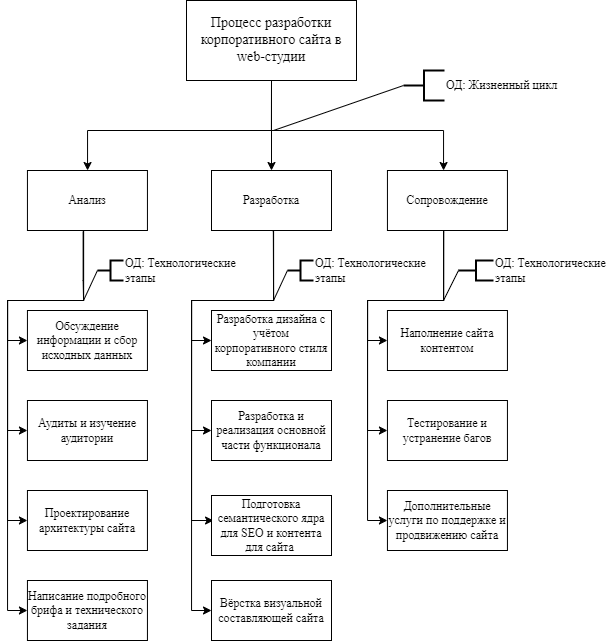
Earlier version of the draw.io export 3 курс/5 семестр/ТСиСА/Курсовая/модели2ч-Модель Состава.drawio.png (Luzinsan/tusur). Source tidied: cells renumbered, new cells last; positions are measured from the earlier drawing's top-left corner, leaving out a move shared by most shapes. Source of this version:
```xml
<mxGraphModel>
  <root>
    <mxCell id="0" />
    <mxCell id="1" parent="0" />
    <mxCell id="2" style="edgeStyle=orthogonalEdgeStyle;rounded=0;jettySize=auto;html=1;exitX=0.5;exitY=1;exitDx=0;exitDy=0;fontFamily=Times New Roman;" parent="1" edge="1" source="5" target="10">
      <mxGeometry relative="1" as="geometry">
        <Array as="points">
          <mxPoint x="264" y="130" />
          <mxPoint x="80" y="130" />
        </Array>
      </mxGeometry>
    </mxCell>
    <mxCell id="3" style="edgeStyle=orthogonalEdgeStyle;rounded=0;jettySize=auto;html=1;exitX=0.5;exitY=1;exitDx=0;exitDy=0;entryX=0.5;entryY=0;entryDx=0;entryDy=0;fontFamily=Times New Roman;" parent="1" edge="1" source="5" target="15">
      <mxGeometry relative="1" as="geometry" />
    </mxCell>
    <mxCell id="4" style="edgeStyle=orthogonalEdgeStyle;rounded=0;jettySize=auto;html=1;exitX=0.5;exitY=1;exitDx=0;exitDy=0;fontFamily=Times New Roman;" parent="1" edge="1" source="5" target="19">
      <mxGeometry relative="1" as="geometry">
        <Array as="points">
          <mxPoint x="264" y="130" />
          <mxPoint x="436" y="130" />
        </Array>
      </mxGeometry>
    </mxCell>
    <mxCell id="5" value="&lt;span style=&quot;font-size: 14px;&quot;&gt;Процесс разработки корпоративного сайта в web-студии&lt;/span&gt;" style="whiteSpace=wrap;html=1;fontFamily=Times New Roman;" parent="1" vertex="1">
      <mxGeometry x="179" width="170" height="80" as="geometry" />
    </mxCell>
    <mxCell id="6" style="edgeStyle=orthogonalEdgeStyle;rounded=0;jettySize=auto;html=1;exitX=0.5;exitY=1;exitDx=0;exitDy=0;entryX=0;entryY=0.5;entryDx=0;entryDy=0;fontFamily=Times New Roman;" parent="1" edge="1" source="10" target="20">
      <mxGeometry relative="1" as="geometry">
        <Array as="points">
          <mxPoint x="76" y="230" />
          <mxPoint x="76" y="300" />
          <mxPoint y="300" />
          <mxPoint y="430" />
        </Array>
      </mxGeometry>
    </mxCell>
    <mxCell id="7" style="edgeStyle=orthogonalEdgeStyle;rounded=0;jettySize=auto;html=1;exitX=0.464;exitY=1.021;exitDx=0;exitDy=0;entryX=0;entryY=0.5;entryDx=0;entryDy=0;exitPerimeter=0;fontFamily=Times New Roman;" parent="1" edge="1" source="10" target="21">
      <mxGeometry relative="1" as="geometry">
        <Array as="points">
          <mxPoint x="76" y="280" />
          <mxPoint x="76" y="300" />
          <mxPoint y="300" />
          <mxPoint y="520" />
        </Array>
      </mxGeometry>
    </mxCell>
    <mxCell id="8" style="edgeStyle=orthogonalEdgeStyle;rounded=0;jettySize=auto;html=1;exitX=0.5;exitY=1;exitDx=0;exitDy=0;entryX=0;entryY=0.5;entryDx=0;entryDy=0;fontFamily=Times New Roman;" parent="1" edge="1" source="10" target="22">
      <mxGeometry relative="1" as="geometry">
        <Array as="points">
          <mxPoint x="76" y="230" />
          <mxPoint x="76" y="300" />
          <mxPoint y="300" />
          <mxPoint y="520" />
        </Array>
      </mxGeometry>
    </mxCell>
    <mxCell id="9" style="edgeStyle=orthogonalEdgeStyle;rounded=0;jettySize=auto;html=1;entryX=0;entryY=0.5;entryDx=0;entryDy=0;fontFamily=Times New Roman;" parent="1" edge="1" source="10" target="36">
      <mxGeometry relative="1" as="geometry">
        <Array as="points">
          <mxPoint x="76" y="300" />
          <mxPoint y="300" />
          <mxPoint y="340" />
        </Array>
      </mxGeometry>
    </mxCell>
    <mxCell id="10" value="Анализ" style="whiteSpace=wrap;html=1;fontFamily=Times New Roman;" parent="1" vertex="1">
      <mxGeometry x="19.9" y="170" width="120" height="60" as="geometry" />
    </mxCell>
    <mxCell id="11" style="edgeStyle=orthogonalEdgeStyle;rounded=0;jettySize=auto;html=1;entryX=0;entryY=0.5;entryDx=0;entryDy=0;exitX=0.515;exitY=0.999;exitDx=0;exitDy=0;exitPerimeter=0;fontFamily=Times New Roman;" parent="1" edge="1" source="15" target="23">
      <mxGeometry relative="1" as="geometry">
        <Array as="points">
          <mxPoint x="266" y="231" />
          <mxPoint x="266" y="231" />
          <mxPoint x="266" y="300" />
          <mxPoint x="184" y="300" />
          <mxPoint x="184" y="340" />
        </Array>
      </mxGeometry>
    </mxCell>
    <mxCell id="12" style="edgeStyle=orthogonalEdgeStyle;rounded=0;jettySize=auto;html=1;entryX=0;entryY=0.5;entryDx=0;entryDy=0;fontFamily=Times New Roman;" parent="1" edge="1" target="24">
      <mxGeometry relative="1" as="geometry">
        <mxPoint x="266" y="230" as="sourcePoint" />
        <Array as="points">
          <mxPoint x="266" y="300" />
          <mxPoint x="184" y="300" />
          <mxPoint x="184" y="430" />
        </Array>
      </mxGeometry>
    </mxCell>
    <mxCell id="13" style="edgeStyle=orthogonalEdgeStyle;rounded=0;jettySize=auto;html=1;exitX=0.5;exitY=1;exitDx=0;exitDy=0;entryX=0.017;entryY=0.417;entryDx=0;entryDy=0;fontFamily=Times New Roman;entryPerimeter=0;" parent="1" edge="1" source="15" target="37">
      <mxGeometry relative="1" as="geometry">
        <Array as="points">
          <mxPoint x="266" y="230" />
          <mxPoint x="266" y="300" />
          <mxPoint x="184" y="300" />
          <mxPoint x="184" y="520" />
        </Array>
      </mxGeometry>
    </mxCell>
    <mxCell id="14" style="edgeStyle=orthogonalEdgeStyle;rounded=0;jettySize=auto;html=1;entryX=0;entryY=0.5;entryDx=0;entryDy=0;fontFamily=Times New Roman;fontSize=14;" parent="1" edge="1" source="15" target="25">
      <mxGeometry relative="1" as="geometry">
        <Array as="points">
          <mxPoint x="266" y="300" />
          <mxPoint x="184" y="300" />
          <mxPoint x="184" y="610" />
        </Array>
      </mxGeometry>
    </mxCell>
    <mxCell id="15" value="Разработка" style="whiteSpace=wrap;html=1;fontFamily=Times New Roman;" parent="1" vertex="1">
      <mxGeometry x="204" y="170" width="120" height="60" as="geometry" />
    </mxCell>
    <mxCell id="16" style="edgeStyle=orthogonalEdgeStyle;rounded=0;jettySize=auto;html=1;exitX=0.469;exitY=1.009;exitDx=0;exitDy=0;entryX=0;entryY=0.5;entryDx=0;entryDy=0;exitPerimeter=0;fontFamily=Times New Roman;" parent="1" edge="1" source="19">
      <mxGeometry relative="1" as="geometry">
        <mxPoint x="379.9" y="340" as="targetPoint" />
        <Array as="points">
          <mxPoint x="436" y="300" />
          <mxPoint x="360" y="300" />
          <mxPoint x="360" y="340" />
        </Array>
      </mxGeometry>
    </mxCell>
    <mxCell id="17" style="edgeStyle=orthogonalEdgeStyle;rounded=0;jettySize=auto;html=1;exitX=0.468;exitY=1.009;exitDx=0;exitDy=0;entryX=0;entryY=0.5;entryDx=0;entryDy=0;exitPerimeter=0;fontFamily=Times New Roman;" parent="1" edge="1" source="19" target="26">
      <mxGeometry relative="1" as="geometry">
        <Array as="points">
          <mxPoint x="436" y="232" />
          <mxPoint x="436" y="300" />
          <mxPoint x="360" y="300" />
          <mxPoint x="360" y="430" />
        </Array>
      </mxGeometry>
    </mxCell>
    <mxCell id="18" style="edgeStyle=orthogonalEdgeStyle;rounded=0;jettySize=auto;html=1;exitX=0.5;exitY=1;exitDx=0;exitDy=0;entryX=0;entryY=0.5;entryDx=0;entryDy=0;fontFamily=Times New Roman;" parent="1" edge="1" source="19" target="27">
      <mxGeometry relative="1" as="geometry">
        <Array as="points">
          <mxPoint x="436" y="230" />
          <mxPoint x="436" y="300" />
          <mxPoint x="360" y="300" />
          <mxPoint x="360" y="520" />
        </Array>
      </mxGeometry>
    </mxCell>
    <mxCell id="19" value="Сопровождение" style="whiteSpace=wrap;html=1;fontFamily=Times New Roman;" parent="1" vertex="1">
      <mxGeometry x="379.9" y="170" width="120" height="60" as="geometry" />
    </mxCell>
    <mxCell id="20" value="Аудиты и изучение аудитории" style="whiteSpace=wrap;html=1;fontFamily=Times New Roman;" parent="1" vertex="1">
      <mxGeometry x="19.9" y="400" width="120" height="60" as="geometry" />
    </mxCell>
    <mxCell id="21" value="Написание подробного брифа и технического задания" style="whiteSpace=wrap;html=1;fontFamily=Times New Roman;" parent="1" vertex="1">
      <mxGeometry x="19.9" y="580" width="120" height="60" as="geometry" />
    </mxCell>
    <mxCell id="22" value="Проектирование архитектуры сайта" style="whiteSpace=wrap;html=1;fontFamily=Times New Roman;" parent="1" vertex="1">
      <mxGeometry x="19.9" y="490" width="120" height="60" as="geometry" />
    </mxCell>
    <mxCell id="23" value="Разработка дизайна с учётом корпоративного стиля компании" style="whiteSpace=wrap;html=1;fontFamily=Times New Roman;" parent="1" vertex="1">
      <mxGeometry x="204" y="310" width="120" height="60" as="geometry" />
    </mxCell>
    <mxCell id="24" value="Разработка и реализация основной части функционала" style="whiteSpace=wrap;html=1;fontFamily=Times New Roman;" parent="1" vertex="1">
      <mxGeometry x="204" y="400" width="120" height="60" as="geometry" />
    </mxCell>
    <mxCell id="25" value="Вёрстка визуальной составляющей сайта" style="whiteSpace=wrap;html=1;fontFamily=Times New Roman;" parent="1" vertex="1">
      <mxGeometry x="204" y="580" width="120" height="60" as="geometry" />
    </mxCell>
    <mxCell id="26" value="Тестирование и устранение багов" style="whiteSpace=wrap;html=1;fontFamily=Times New Roman;" parent="1" vertex="1">
      <mxGeometry x="379.9" y="400" width="120" height="60" as="geometry" />
    </mxCell>
    <mxCell id="27" value="Дополнительные услуги по поддержке и продвижению сайта" style="whiteSpace=wrap;html=1;fontFamily=Times New Roman;" parent="1" vertex="1">
      <mxGeometry x="379.9" y="490" width="120" height="60" as="geometry" />
    </mxCell>
    <mxCell id="28" style="rounded=0;jettySize=auto;html=1;exitX=0;exitY=0.5;exitDx=0;exitDy=0;exitPerimeter=0;endArrow=none;endFill=0;fontFamily=Times New Roman;" parent="1" edge="1" source="29">
      <mxGeometry relative="1" as="geometry">
        <mxPoint x="266" y="130" as="targetPoint" />
      </mxGeometry>
    </mxCell>
    <mxCell id="29" value="ОД: Жизненный цикл" style="strokeWidth=2;html=1;shape=mxgraph.flowchart.annotation_2;align=left;labelPosition=right;fontFamily=Times New Roman;" parent="1" vertex="1">
      <mxGeometry x="396" y="70" width="41.1" height="30" as="geometry" />
    </mxCell>
    <mxCell id="30" style="rounded=0;jettySize=auto;html=1;exitX=0;exitY=0.5;exitDx=0;exitDy=0;exitPerimeter=0;endArrow=none;endFill=0;fontFamily=Times New Roman;" parent="1" edge="1" source="31">
      <mxGeometry relative="1" as="geometry">
        <mxPoint x="76" y="300" as="targetPoint" />
      </mxGeometry>
    </mxCell>
    <mxCell id="31" value="ОД: Технологические&amp;nbsp;&lt;br&gt;этапы" style="strokeWidth=2;html=1;shape=mxgraph.flowchart.annotation_2;align=left;labelPosition=right;fontFamily=Times New Roman;" parent="1" vertex="1">
      <mxGeometry x="89.9" y="260" width="26.1" height="20" as="geometry" />
    </mxCell>
    <mxCell id="32" style="rounded=0;jettySize=auto;html=1;exitX=0;exitY=0.5;exitDx=0;exitDy=0;exitPerimeter=0;endArrow=none;endFill=0;fontFamily=Times New Roman;" parent="1" edge="1" source="33">
      <mxGeometry relative="1" as="geometry">
        <mxPoint x="266" y="300" as="targetPoint" />
      </mxGeometry>
    </mxCell>
    <mxCell id="33" value="ОД: Технологические&amp;nbsp;&lt;br&gt;этапы" style="strokeWidth=2;html=1;shape=mxgraph.flowchart.annotation_2;align=left;labelPosition=right;fontFamily=Times New Roman;" parent="1" vertex="1">
      <mxGeometry x="279.9" y="260" width="26.1" height="20" as="geometry" />
    </mxCell>
    <mxCell id="34" style="rounded=0;jettySize=auto;html=1;exitX=0;exitY=0.5;exitDx=0;exitDy=0;exitPerimeter=0;endArrow=none;endFill=0;fontFamily=Times New Roman;" parent="1" edge="1" source="35">
      <mxGeometry relative="1" as="geometry">
        <mxPoint x="436" y="300" as="targetPoint" />
      </mxGeometry>
    </mxCell>
    <mxCell id="35" value="ОД: Технологические&amp;nbsp;&lt;br&gt;этапы" style="strokeWidth=2;html=1;shape=mxgraph.flowchart.annotation_2;align=left;labelPosition=right;fontFamily=Times New Roman;" parent="1" vertex="1">
      <mxGeometry x="451" y="260" width="35" height="20" as="geometry" />
    </mxCell>
    <mxCell id="36" value="Обсуждение информации и сбор исходных данных" style="whiteSpace=wrap;html=1;fontFamily=Times New Roman;" parent="1" vertex="1">
      <mxGeometry x="19.9" y="310" width="120" height="60" as="geometry" />
    </mxCell>
    <mxCell id="37" value="Подготовка семантического ядра для SEO и контента для сайта&amp;nbsp;" style="whiteSpace=wrap;html=1;fontFamily=Times New Roman;fontSize=12;" parent="1" vertex="1">
      <mxGeometry x="204" y="495" width="120" height="60" as="geometry" />
    </mxCell>
    <mxCell id="38" value="Наполнение сайта контентом" style="whiteSpace=wrap;html=1;fontFamily=Times New Roman;" parent="1" vertex="1">
      <mxGeometry x="379.9" y="310" width="120" height="60" as="geometry" />
    </mxCell>
  </root>
</mxGraphModel>
```
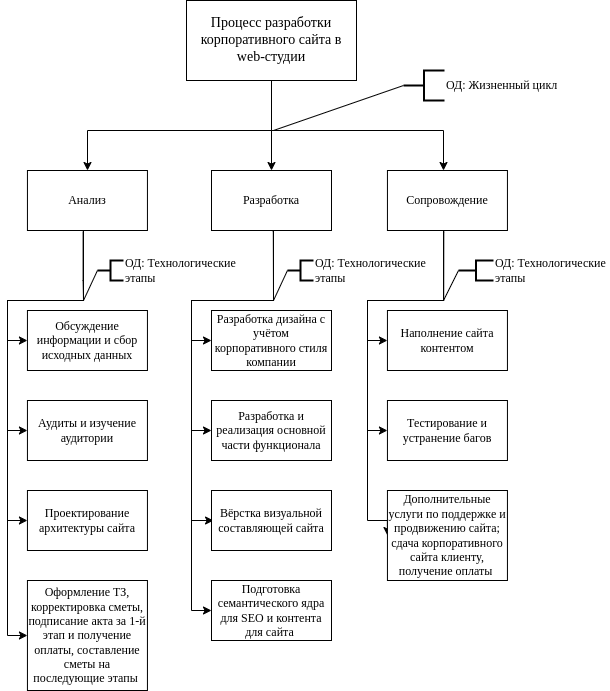
After the change.

The edit, as a diff of the source:
```diff
@@ -87,8 +87,9 @@
         </Array>
       </mxGeometry>
     </mxCell>
-    <mxCell id="13" style="edgeStyle=orthogonalEdgeStyle;rounded=0;jettySize=auto;html=1;exitX=0.5;exitY=1;exitDx=0;exitDy=0;entryX=0.017;entryY=0.417;entryDx=0;entryDy=0;fontFamily=Times New Roman;entryPerimeter=0;" parent="1" edge="1" source="15" target="37">
+    <mxCell id="13" style="edgeStyle=orthogonalEdgeStyle;rounded=0;jettySize=auto;html=1;exitX=0.5;exitY=1;exitDx=0;exitDy=0;entryX=0.017;entryY=0.417;entryDx=0;entryDy=0;fontFamily=Times New Roman;entryPerimeter=0;" parent="1" edge="1" source="15">
       <mxGeometry relative="1" as="geometry">
+        <mxPoint x="206" y="520" as="targetPoint" />
         <Array as="points">
           <mxPoint x="266" y="230" />
           <mxPoint x="266" y="300" />
@@ -97,8 +98,9 @@
         </Array>
       </mxGeometry>
     </mxCell>
-    <mxCell id="14" style="edgeStyle=orthogonalEdgeStyle;rounded=0;jettySize=auto;html=1;entryX=0;entryY=0.5;entryDx=0;entryDy=0;fontFamily=Times New Roman;fontSize=14;" parent="1" edge="1" source="15" target="25">
+    <mxCell id="14" style="edgeStyle=orthogonalEdgeStyle;rounded=0;jettySize=auto;html=1;entryX=0;entryY=0.5;entryDx=0;entryDy=0;fontFamily=Times New Roman;fontSize=14;" parent="1" edge="1" source="15">
       <mxGeometry relative="1" as="geometry">
+        <mxPoint x="204" y="610" as="targetPoint" />
         <Array as="points">
           <mxPoint x="266" y="300" />
           <mxPoint x="184" y="300" />
@@ -145,8 +147,8 @@
     <mxCell id="20" value="Аудиты и изучение аудитории" style="whiteSpace=wrap;html=1;fontFamily=Times New Roman;" parent="1" vertex="1">
       <mxGeometry x="19.9" y="400" width="120" height="60" as="geometry" />
     </mxCell>
-    <mxCell id="21" value="Написание подробного брифа и технического задания" style="whiteSpace=wrap;html=1;fontFamily=Times New Roman;" parent="1" vertex="1">
-      <mxGeometry x="19.9" y="580" width="120" height="60" as="geometry" />
+    <mxCell id="21" value="Оформление ТЗ, корректировка сметы, подписание акта за 1-й этап и получение оплаты, составление сметы на последующие этапы&amp;nbsp;" style="whiteSpace=wrap;html=1;fontFamily=Times New Roman;" parent="1" vertex="1">
+      <mxGeometry x="19.9" y="580" width="120" height="110" as="geometry" />
     </mxCell>
     <mxCell id="22" value="Проектирование архитектуры сайта" style="whiteSpace=wrap;html=1;fontFamily=Times New Roman;" parent="1" vertex="1">
       <mxGeometry x="19.9" y="490" width="120" height="60" as="geometry" />
@@ -157,14 +159,11 @@
     <mxCell id="24" value="Разработка и реализация основной части функционала" style="whiteSpace=wrap;html=1;fontFamily=Times New Roman;" parent="1" vertex="1">
       <mxGeometry x="204" y="400" width="120" height="60" as="geometry" />
     </mxCell>
-    <mxCell id="25" value="Вёрстка визуальной составляющей сайта" style="whiteSpace=wrap;html=1;fontFamily=Times New Roman;" parent="1" vertex="1">
-      <mxGeometry x="204" y="580" width="120" height="60" as="geometry" />
-    </mxCell>
     <mxCell id="26" value="Тестирование и устранение багов" style="whiteSpace=wrap;html=1;fontFamily=Times New Roman;" parent="1" vertex="1">
       <mxGeometry x="379.9" y="400" width="120" height="60" as="geometry" />
     </mxCell>
-    <mxCell id="27" value="Дополнительные услуги по поддержке и продвижению сайта" style="whiteSpace=wrap;html=1;fontFamily=Times New Roman;" parent="1" vertex="1">
-      <mxGeometry x="379.9" y="490" width="120" height="60" as="geometry" />
+    <mxCell id="27" value="Дополнительные услуги по поддержке и продвижению сайта; сдача корпоративного сайта клиенту, получение оплаты&amp;nbsp;" style="whiteSpace=wrap;html=1;fontFamily=Times New Roman;" parent="1" vertex="1">
+      <mxGeometry x="379.9" y="490" width="120" height="90" as="geometry" />
     </mxCell>
     <mxCell id="28" style="rounded=0;jettySize=auto;html=1;exitX=0;exitY=0.5;exitDx=0;exitDy=0;exitPerimeter=0;endArrow=none;endFill=0;fontFamily=Times New Roman;" parent="1" edge="1" source="29">
       <mxGeometry relative="1" as="geometry">
@@ -201,11 +200,14 @@
     <mxCell id="36" value="Обсуждение информации и сбор исходных данных" style="whiteSpace=wrap;html=1;fontFamily=Times New Roman;" parent="1" vertex="1">
       <mxGeometry x="19.9" y="310" width="120" height="60" as="geometry" />
     </mxCell>
+    <mxCell id="38" value="Наполнение сайта контентом" style="whiteSpace=wrap;html=1;fontFamily=Times New Roman;" parent="1" vertex="1">
+      <mxGeometry x="379.9" y="310" width="120" height="60" as="geometry" />
+    </mxCell>
     <mxCell id="37" value="Подготовка семантического ядра для SEO и контента для сайта&amp;nbsp;" style="whiteSpace=wrap;html=1;fontFamily=Times New Roman;fontSize=12;" parent="1" vertex="1">
-      <mxGeometry x="204" y="495" width="120" height="60" as="geometry" />
+      <mxGeometry x="204" y="580" width="120" height="60" as="geometry" />
     </mxCell>
-    <mxCell id="38" value="Наполнение сайта контентом" style="whiteSpace=wrap;html=1;fontFamily=Times New Roman;" parent="1" vertex="1">
-      <mxGeometry x="379.9" y="310" width="120" height="60" as="geometry" />
-    </mxCell>
+    <mxCell id="25" value="Вёрстка визуальной составляющей сайта" style="whiteSpace=wrap;html=1;fontFamily=Times New Roman;" parent="1" vertex="1">
+      <mxGeometry x="204" y="490" width="120" height="60" as="geometry" />
+    </mxCell>
   </root>
 </mxGraphModel>
```
